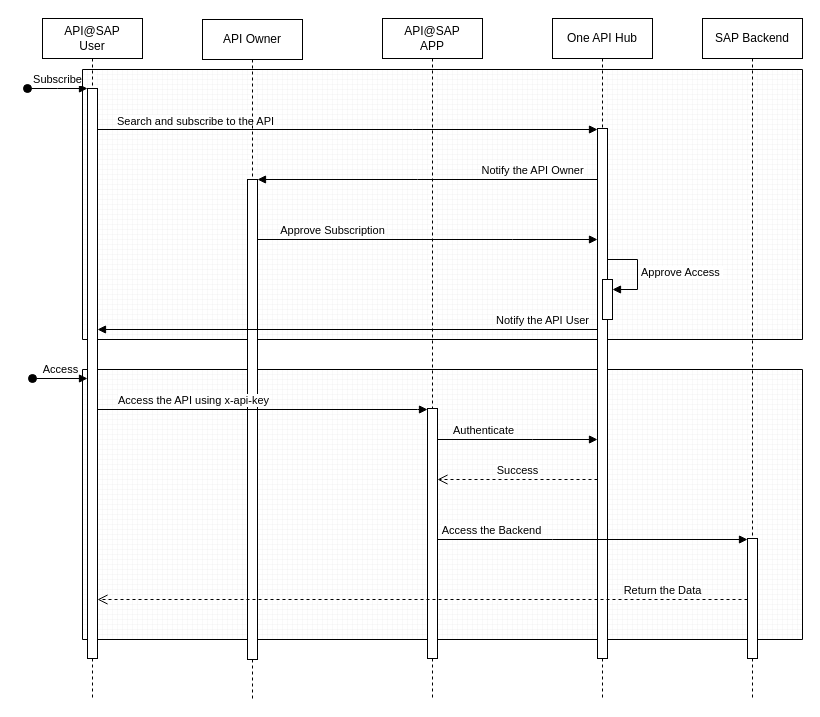
Above: API@SAP OIDC User Flow.drawio in kameshbrao/ArchiModels (draw.io), before the change. Source tidied: cells renumbered, new cells numbered last; positions are measured from the earlier drawing's top-left corner, leaving out a move shared by most shapes. Both pictures are drawn from the tidied source at 100%, with x=0, y=0 at pixel (27, 18).
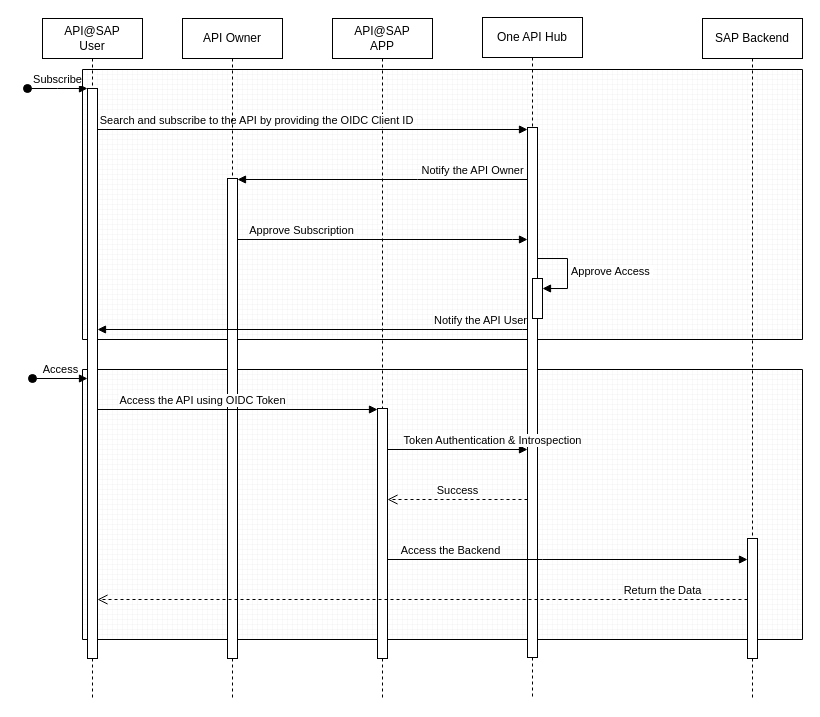
After the change.

The change refers to these unchanged cells:
```xml
<mxCell id="5" style="html=1;points=[];perimeter=orthogonalPerimeter;outlineConnect=0;targetShapes=umlLifeline;portConstraint=eastwest;newEdgeStyle={&quot;edgeStyle&quot;:&quot;elbowEdgeStyle&quot;,&quot;elbow&quot;:&quot;vertical&quot;,&quot;curved&quot;:0,&quot;rounded&quot;:0};" parent="4" vertex="1">
  <mxGeometry x="45" y="70" width="10" height="570" as="geometry" />
</mxCell>
<mxCell id="8" style="html=1;points=[];perimeter=orthogonalPerimeter;outlineConnect=0;targetShapes=umlLifeline;portConstraint=eastwest;newEdgeStyle={&quot;edgeStyle&quot;:&quot;elbowEdgeStyle&quot;,&quot;elbow&quot;:&quot;vertical&quot;,&quot;curved&quot;:0,&quot;rounded&quot;:0};" parent="7" vertex="1">
  <mxGeometry x="45" y="390" width="10" height="250" as="geometry" />
</mxCell>
<mxCell id="11" style="html=1;points=[];perimeter=orthogonalPerimeter;outlineConnect=0;targetShapes=umlLifeline;portConstraint=eastwest;newEdgeStyle={&quot;edgeStyle&quot;:&quot;elbowEdgeStyle&quot;,&quot;elbow&quot;:&quot;vertical&quot;,&quot;curved&quot;:0,&quot;rounded&quot;:0};" parent="10" vertex="1">
  <mxGeometry x="45" y="110" width="10" height="530" as="geometry" />
</mxCell>
<mxCell id="15" style="html=1;points=[];perimeter=orthogonalPerimeter;outlineConnect=0;targetShapes=umlLifeline;portConstraint=eastwest;newEdgeStyle={&quot;edgeStyle&quot;:&quot;elbowEdgeStyle&quot;,&quot;elbow&quot;:&quot;vertical&quot;,&quot;curved&quot;:0,&quot;rounded&quot;:0};" parent="14" vertex="1">
  <mxGeometry x="45" y="520" width="10" height="120" as="geometry" />
</mxCell>
```

Change to the diagram source:
```diff
@@
     <mxCell id="7" value="API@SAP&lt;br&gt;APP" style="shape=umlLifeline;perimeter=lifelinePerimeter;whiteSpace=wrap;html=1;newEdgeStyle={&quot;edgeStyle&quot;:&quot;elbowEdgeStyle&quot;,&quot;elbow&quot;:&quot;vertical&quot;,&quot;curved&quot;:0,&quot;rounded&quot;:0};" parent="1" vertex="1">
-      <mxGeometry x="355" width="100" height="681" as="geometry" />
+      <mxGeometry x="305" width="100" height="681" as="geometry" />
     </mxCell>
@@
-    <mxCell id="9" value="Search and subscribe to the API" style="html=1;verticalAlign=bottom;endArrow=block;edgeStyle=elbowEdgeStyle;elbow=vertical;curved=0;rounded=0;" parent="1" edge="1" source="5" target="11">
-      <mxGeometry x="-0.61" y="-1" relative="1" as="geometry">
+    <mxCell id="9" value="Search and subscribe to the API by providing the OIDC Client ID" style="html=1;verticalAlign=bottom;endArrow=block;edgeStyle=elbowEdgeStyle;elbow=vertical;curved=0;rounded=0;" parent="1" edge="1" source="5" target="11">
+      <mxGeometry x="-0.26" relative="1" as="geometry">
         <Array as="points">
+          <mxPoint x="215" y="111" />
           <mxPoint x="385" y="111" />
           <mxPoint x="565" y="131" />
           <mxPoint x="155" y="106" />
         </Array>
       </mxGeometry>
     </mxCell>
     <mxCell id="10" value="One API Hub" style="shape=umlLifeline;perimeter=lifelinePerimeter;whiteSpace=wrap;html=1;newEdgeStyle={&quot;edgeStyle&quot;:&quot;elbowEdgeStyle&quot;,&quot;elbow&quot;:&quot;vertical&quot;,&quot;curved&quot;:0,&quot;rounded&quot;:0};" parent="1" vertex="1">
-      <mxGeometry x="525" width="100" height="681" as="geometry" />
+      <mxGeometry x="455" y="-1" width="100" height="681" as="geometry" />
     </mxCell>
@@
     <mxCell id="16" value="API Owner" style="shape=umlLifeline;perimeter=lifelinePerimeter;whiteSpace=wrap;html=1;newEdgeStyle={&quot;edgeStyle&quot;:&quot;elbowEdgeStyle&quot;,&quot;elbow&quot;:&quot;vertical&quot;,&quot;curved&quot;:0,&quot;rounded&quot;:0};" parent="1" vertex="1">
-      <mxGeometry x="175" y="1" width="100" height="680" as="geometry" />
+      <mxGeometry x="155" width="100" height="680" as="geometry" />
     </mxCell>
@@
-    <mxCell id="22" value="Access the API using x-api-key" style="html=1;verticalAlign=bottom;endArrow=block;edgeStyle=elbowEdgeStyle;elbow=vertical;curved=0;rounded=0;" parent="1" edge="1" source="5" target="8">
-      <mxGeometry x="-0.42" relative="1" as="geometry">
+    <mxCell id="22" value="Access the API using OIDC Token" style="html=1;verticalAlign=bottom;endArrow=block;edgeStyle=elbowEdgeStyle;elbow=vertical;curved=0;rounded=0;" parent="1" edge="1" source="5" target="8">
+      <mxGeometry x="-0.25" relative="1" as="geometry">
         <Array as="points">
-          <mxPoint x="390" y="391" />
+          <mxPoint x="345" y="391" />
           <mxPoint x="570" y="411" />
           <mxPoint x="160" y="386" />
         </Array>
       </mxGeometry>
     </mxCell>
-    <mxCell id="23" value="Authenticate" style="html=1;verticalAlign=bottom;endArrow=block;edgeStyle=elbowEdgeStyle;elbow=vertical;curved=0;rounded=0;" parent="1" edge="1" source="8" target="11">
-      <mxGeometry x="-0.42" relative="1" as="geometry">
+    <mxCell id="23" value="Token Authentication &amp;amp; Introspection" style="html=1;verticalAlign=bottom;endArrow=block;edgeStyle=elbowEdgeStyle;elbow=vertical;curved=0;rounded=0;" parent="1" edge="1" source="8" target="11">
+      <mxGeometry x="0.5" relative="1" as="geometry">
         <Array as="points">
+          <mxPoint x="455" y="431" />
           <mxPoint x="505" y="421" />
           <mxPoint x="565" y="441" />
           <mxPoint x="925" y="461" />
           <mxPoint x="515" y="436" />
         </Array>
       </mxGeometry>
     </mxCell>
     <mxCell id="24" value="Success" style="html=1;verticalAlign=bottom;endArrow=open;dashed=1;endSize=8;edgeStyle=elbowEdgeStyle;elbow=vertical;curved=0;rounded=0;" parent="1" edge="1" source="11" target="8">
       <mxGeometry relative="1" as="geometry">
         <Array as="points">
+          <mxPoint x="475" y="481" />
           <mxPoint x="505" y="461" />
         </Array>
       </mxGeometry>
     </mxCell>
     <mxCell id="25" value="Access the Backend" style="html=1;verticalAlign=bottom;endArrow=block;edgeStyle=elbowEdgeStyle;elbow=vertical;curved=0;rounded=0;" parent="1" edge="1" source="8" target="15">
       <mxGeometry x="-0.65" relative="1" as="geometry">
         <Array as="points">
+          <mxPoint x="515" y="541" />
           <mxPoint x="525" y="521" />
           <mxPoint x="510" y="501" />
           <mxPoint x="570" y="521" />
           <mxPoint x="930" y="541" />
           <mxPoint x="520" y="516" />
         </Array>
       </mxGeometry>
     </mxCell>
```
